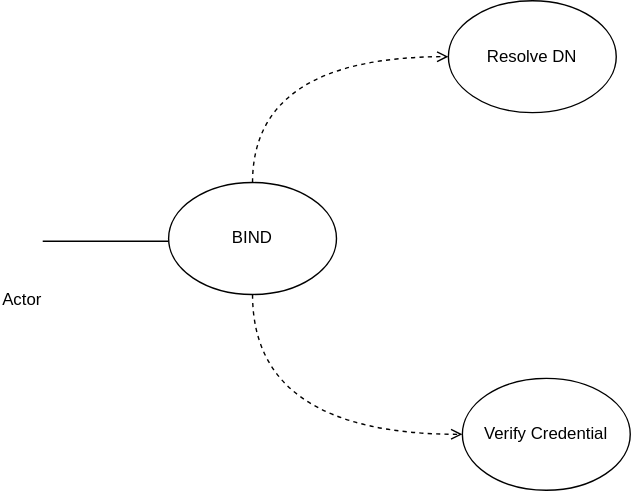
bartelsjoshuac/SAPG keeps this draw.io diagram as Use Case 1 - Bind.drawio.svg. Above is the earlier version. Source tidied: cells renumbered, new cells last; positions are measured from the earlier drawing's top-left corner, leaving out a move shared by most shapes.
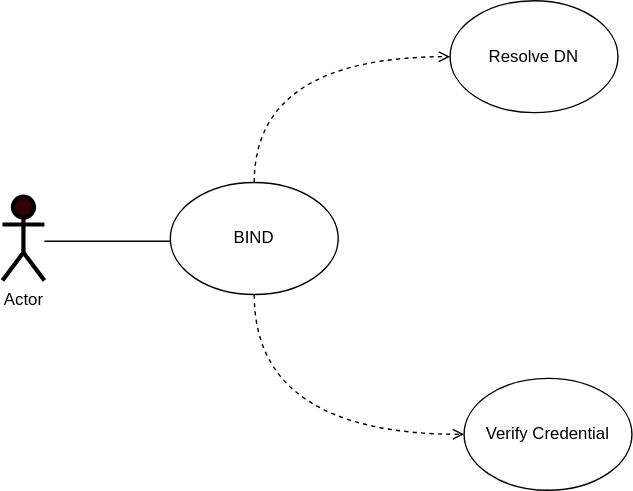
Later version of the same file.

Change to the diagram source:
```diff
@@ -2,7 +2,7 @@
   <root>
     <mxCell id="0" />
     <mxCell id="1" parent="0" />
-    <mxCell id="2" value="Actor" style="shape=umlActor;verticalLabelPosition=bottom;verticalAlign=top;html=1;fillColor=#330000;shadow=0;opacity=0;" parent="1" vertex="1">
+    <mxCell id="2" value="Actor" style="shape=umlActor;verticalLabelPosition=bottom;verticalAlign=top;html=1;fillColor=#330000;shadow=0;strokeWidth=3;" parent="1" vertex="1">
       <mxGeometry y="140" width="30" height="60" as="geometry" />
     </mxCell>
     <mxCell id="3" style="endArrow=none;html=1;" parent="1" edge="1">
```
